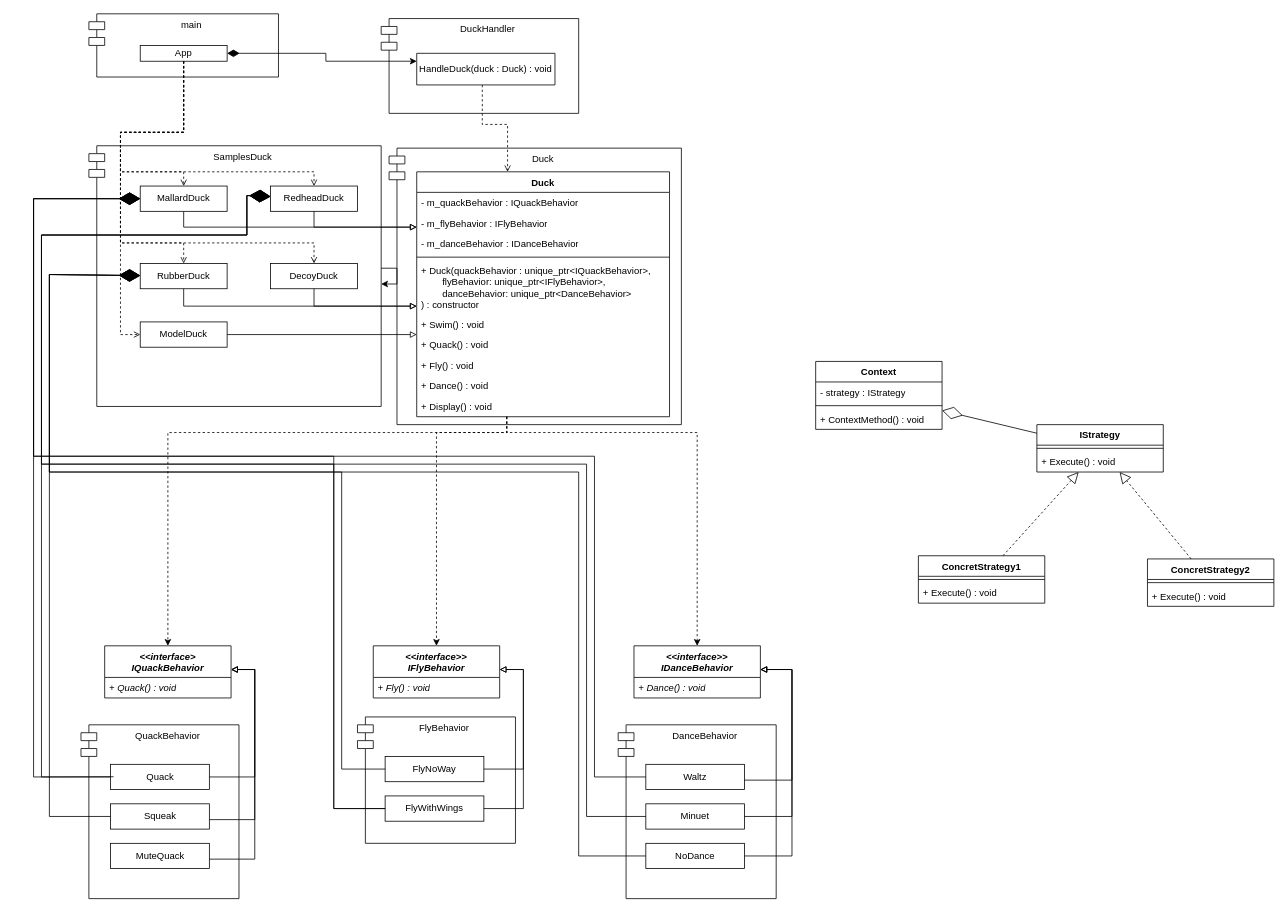
The draw.io diagram lw1/1/Ducks.drawio in ProstP/OOD, before the edit. Source tidied: cells renumbered, new cells numbered last; positions are measured from the earlier drawing's top-left corner, leaving out a move shared by most shapes. Both pictures are drawn from the tidied source at 79%, with x=0, y=0 at pixel (33, 13).
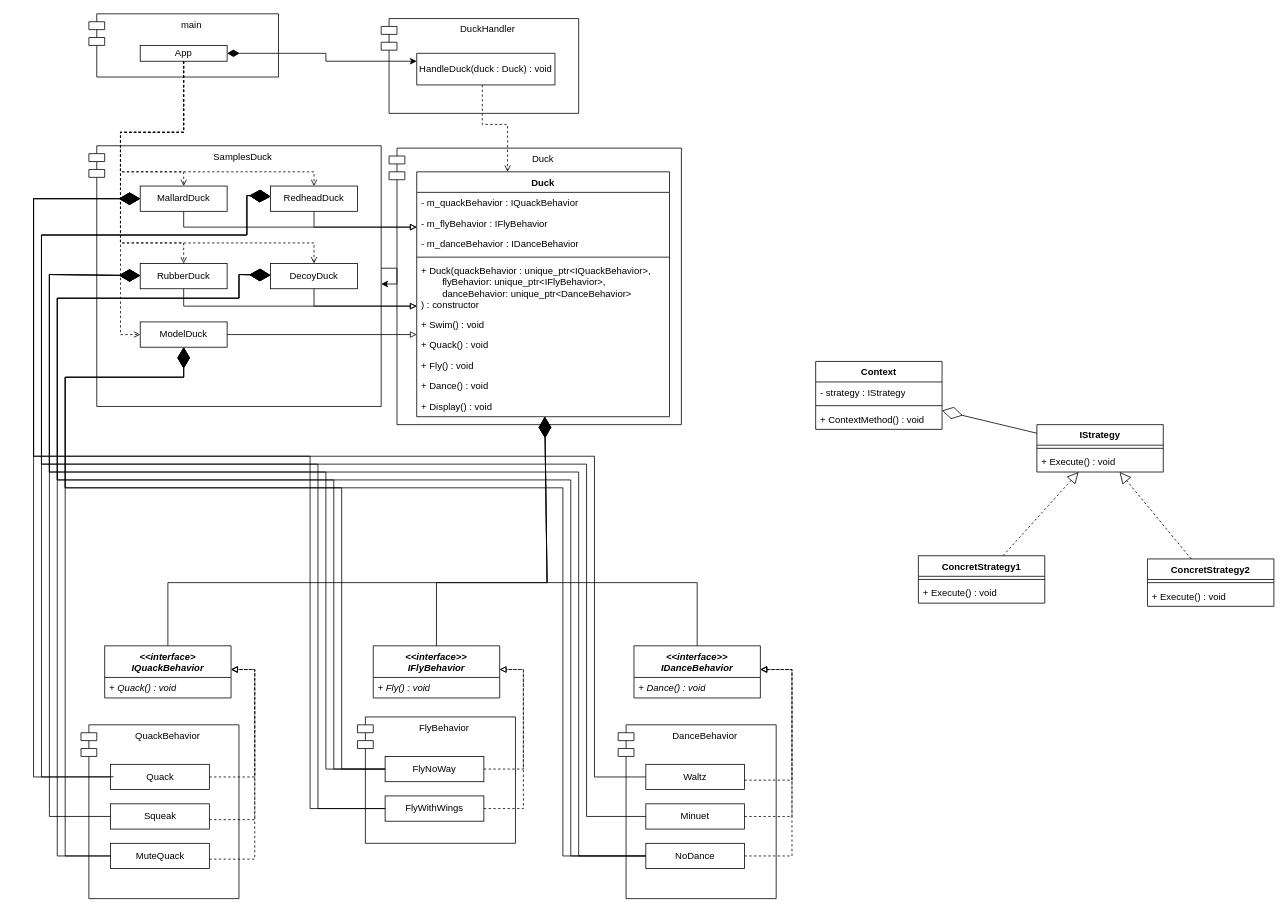
After the change.

Commit message:
Доделал связи вида утка-поведение

The change refers to these unchanged cells:
```xml
<mxCell id="9" value="Duck" style="swimlane;fontStyle=1;align=center;verticalAlign=top;horizontal=1;startSize=26;whiteSpace=wrap;html=1;" parent="1" vertex="1">
  <mxGeometry x="485" y="200" width="320" height="310" as="geometry" />
</mxCell>
<mxCell id="20" value="&lt;div&gt;&lt;i&gt;&amp;lt;&amp;lt;interface&amp;gt;&lt;/i&gt;&lt;/div&gt;&lt;i&gt;IQuackBehavior&lt;/i&gt;" style="swimlane;fontStyle=1;align=center;verticalAlign=top;horizontal=1;startSize=40;whiteSpace=wrap;html=1;" parent="1" vertex="1">
  <mxGeometry x="90" y="800" width="160" height="66" as="geometry" />
</mxCell>
<mxCell id="22" value="&lt;div&gt;&lt;i&gt;&amp;lt;&amp;lt;interface&amp;gt;&amp;gt;&lt;/i&gt;&lt;/div&gt;&lt;i&gt;IFlyBehavior&lt;/i&gt;" style="swimlane;fontStyle=1;align=center;verticalAlign=top;horizontal=1;startSize=40;whiteSpace=wrap;html=1;" parent="1" vertex="1">
  <mxGeometry x="430" y="800" width="160" height="66" as="geometry" />
</mxCell>
<mxCell id="24" value="&lt;div&gt;&lt;i&gt;&amp;lt;&amp;lt;interface&amp;gt;&amp;gt;&lt;/i&gt;&lt;/div&gt;&lt;i&gt;IDance&lt;/i&gt;&lt;i&gt;Behavior&lt;/i&gt;" style="swimlane;fontStyle=1;align=center;verticalAlign=top;horizontal=1;startSize=40;whiteSpace=wrap;html=1;" parent="1" vertex="1">
  <mxGeometry x="760" y="800" width="160" height="66" as="geometry" />
</mxCell>
<mxCell id="31" value="MallardDuck" style="html=1;whiteSpace=wrap;" parent="1" vertex="1">
  <mxGeometry x="135" y="218" width="110" height="32" as="geometry" />
</mxCell>
<mxCell id="32" value="RedheadDuck" style="html=1;whiteSpace=wrap;" parent="1" vertex="1">
  <mxGeometry x="300" y="218" width="110" height="32" as="geometry" />
</mxCell>
<mxCell id="33" value="RubberDuck" style="html=1;whiteSpace=wrap;" parent="1" vertex="1">
  <mxGeometry x="135" y="316" width="110" height="32" as="geometry" />
</mxCell>
<mxCell id="34" value="ModelDuck" style="html=1;whiteSpace=wrap;" parent="1" vertex="1">
  <mxGeometry x="135" y="390" width="110" height="32" as="geometry" />
</mxCell>
<mxCell id="35" value="DecoyDuck" style="html=1;whiteSpace=wrap;" parent="1" vertex="1">
  <mxGeometry x="300" y="316" width="110" height="32" as="geometry" />
</mxCell>
<mxCell id="46" value="Quaсk" style="html=1;whiteSpace=wrap;" parent="1" vertex="1">
  <mxGeometry x="97.5" y="950" width="125" height="32" as="geometry" />
</mxCell>
<mxCell id="47" value="Squeak" style="html=1;whiteSpace=wrap;" parent="1" vertex="1">
  <mxGeometry x="97.5" y="1000" width="125" height="32" as="geometry" />
</mxCell>
<mxCell id="48" value="MuteQuack" style="html=1;whiteSpace=wrap;" parent="1" vertex="1">
  <mxGeometry x="97.5" y="1050" width="125" height="32" as="geometry" />
</mxCell>
<mxCell id="50" value="FlyNoWay" style="html=1;whiteSpace=wrap;" parent="1" vertex="1">
  <mxGeometry x="445" y="940" width="125" height="32" as="geometry" />
</mxCell>
<mxCell id="51" value="FlyWithWings" style="html=1;whiteSpace=wrap;" parent="1" vertex="1">
  <mxGeometry x="445" y="990" width="125" height="32" as="geometry" />
</mxCell>
<mxCell id="53" value="Waltz" style="html=1;whiteSpace=wrap;" parent="1" vertex="1">
  <mxGeometry x="775" y="950" width="125" height="32" as="geometry" />
</mxCell>
<mxCell id="54" value="Minuet" style="html=1;whiteSpace=wrap;" parent="1" vertex="1">
  <mxGeometry x="775" y="1000" width="125" height="32" as="geometry" />
</mxCell>
<mxCell id="55" value="NoDance" style="html=1;whiteSpace=wrap;" parent="1" vertex="1">
  <mxGeometry x="775" y="1050" width="125" height="32" as="geometry" />
</mxCell>
```

Change to the diagram source:
```diff
@@
-    <mxCell id="27" style="edgeStyle=orthogonalEdgeStyle;rounded=0;jettySize=auto;html=1;entryX=0.5;entryY=0;entryDx=0;entryDy=0;dashed=1;" parent="1" edge="1" source="9" target="20">
-      <mxGeometry relative="1" as="geometry">
-        <Array as="points">
-          <mxPoint x="599" y="530" />
-          <mxPoint x="170" y="530" />
-        </Array>
-      </mxGeometry>
-    </mxCell>
-    <mxCell id="28" style="edgeStyle=orthogonalEdgeStyle;rounded=0;jettySize=auto;html=1;entryX=0.5;entryY=0;entryDx=0;entryDy=0;dashed=1;" parent="1" edge="1" source="9" target="24">
-      <mxGeometry relative="1" as="geometry">
-        <Array as="points">
-          <mxPoint x="599" y="530" />
-          <mxPoint x="840" y="530" />
-        </Array>
-      </mxGeometry>
-    </mxCell>
-    <mxCell id="29" style="edgeStyle=orthogonalEdgeStyle;rounded=0;jettySize=auto;html=1;entryX=0.5;entryY=0;entryDx=0;entryDy=0;dashed=1;" parent="1" edge="1" source="9" target="22">
-      <mxGeometry relative="1" as="geometry">
-        <Array as="points">
-          <mxPoint x="599" y="530" />
-          <mxPoint x="510" y="530" />
-        </Array>
-      </mxGeometry>
-    </mxCell>
@@
-    <mxCell id="56" style="edgeStyle=orthogonalEdgeStyle;rounded=0;jettySize=auto;html=1;endArrow=block;endFill=0;" parent="1" edge="1" source="46" target="20">
+    <mxCell id="56" style="edgeStyle=orthogonalEdgeStyle;rounded=0;jettySize=auto;html=1;endArrow=block;endFill=0;dashed=1;" parent="1" edge="1" source="46" target="20">
       <mxGeometry relative="1" as="geometry">
         <Array as="points">
           <mxPoint x="280" y="966" />
           <mxPoint x="280" y="830" />
         </Array>
       </mxGeometry>
     </mxCell>
-    <mxCell id="57" style="edgeStyle=orthogonalEdgeStyle;rounded=0;jettySize=auto;html=1;endArrow=block;endFill=0;" parent="1" edge="1" source="47" target="20">
+    <mxCell id="57" style="edgeStyle=orthogonalEdgeStyle;rounded=0;jettySize=auto;html=1;endArrow=block;endFill=0;dashed=1;" parent="1" edge="1" source="47" target="20">
       <mxGeometry relative="1" as="geometry">
         <Array as="points">
           <mxPoint x="280" y="1020" />
           <mxPoint x="280" y="830" />
         </Array>
       </mxGeometry>
     </mxCell>
-    <mxCell id="58" style="edgeStyle=orthogonalEdgeStyle;rounded=0;jettySize=auto;html=1;endArrow=block;endFill=0;" parent="1" edge="1" source="48" target="20">
+    <mxCell id="58" style="edgeStyle=orthogonalEdgeStyle;rounded=0;jettySize=auto;html=1;endArrow=block;endFill=0;dashed=1;" parent="1" edge="1" source="48" target="20">
       <mxGeometry relative="1" as="geometry">
         <Array as="points">
           <mxPoint x="280" y="1070" />
           <mxPoint x="280" y="830" />
         </Array>
       </mxGeometry>
     </mxCell>
-    <mxCell id="59" style="edgeStyle=orthogonalEdgeStyle;rounded=0;jettySize=auto;html=1;endArrow=block;endFill=0;" parent="1" edge="1" source="50" target="22">
+    <mxCell id="59" style="edgeStyle=orthogonalEdgeStyle;rounded=0;jettySize=auto;html=1;endArrow=block;endFill=0;dashed=1;" parent="1" edge="1" source="50" target="22">
       <mxGeometry relative="1" as="geometry">
         <Array as="points">
           <mxPoint x="620" y="956" />
           <mxPoint x="620" y="830" />
         </Array>
       </mxGeometry>
     </mxCell>
-    <mxCell id="60" style="edgeStyle=orthogonalEdgeStyle;rounded=0;jettySize=auto;html=1;endArrow=block;endFill=0;" parent="1" edge="1" source="51" target="22">
+    <mxCell id="60" style="edgeStyle=orthogonalEdgeStyle;rounded=0;jettySize=auto;html=1;endArrow=block;endFill=0;dashed=1;" parent="1" edge="1" source="51" target="22">
       <mxGeometry relative="1" as="geometry">
         <Array as="points">
           <mxPoint x="620" y="1006" />
           <mxPoint x="620" y="830" />
         </Array>
       </mxGeometry>
     </mxCell>
-    <mxCell id="61" style="edgeStyle=orthogonalEdgeStyle;rounded=0;jettySize=auto;html=1;endArrow=block;endFill=0;" parent="1" edge="1" source="53" target="24">
+    <mxCell id="61" style="edgeStyle=orthogonalEdgeStyle;rounded=0;jettySize=auto;html=1;endArrow=block;endFill=0;dashed=1;" parent="1" edge="1" source="53" target="24">
       <mxGeometry relative="1" as="geometry">
         <Array as="points">
           <mxPoint x="960" y="970" />
           <mxPoint x="960" y="830" />
         </Array>
       </mxGeometry>
     </mxCell>
-    <mxCell id="62" style="edgeStyle=orthogonalEdgeStyle;rounded=0;jettySize=auto;html=1;endArrow=block;endFill=0;" parent="1" edge="1" source="54" target="24">
+    <mxCell id="62" style="edgeStyle=orthogonalEdgeStyle;rounded=0;jettySize=auto;html=1;endArrow=block;endFill=0;dashed=1;" parent="1" edge="1" source="54" target="24">
       <mxGeometry relative="1" as="geometry">
         <Array as="points">
           <mxPoint x="960" y="1016" />
           <mxPoint x="960" y="830" />
         </Array>
       </mxGeometry>
     </mxCell>
-    <mxCell id="63" style="edgeStyle=orthogonalEdgeStyle;rounded=0;jettySize=auto;html=1;endArrow=block;endFill=0;" parent="1" edge="1" source="55" target="24">
+    <mxCell id="63" style="edgeStyle=orthogonalEdgeStyle;rounded=0;jettySize=auto;html=1;endArrow=block;endFill=0;dashed=1;" parent="1" edge="1" source="55" target="24">
       <mxGeometry relative="1" as="geometry">
         <Array as="points">
           <mxPoint x="960" y="1066" />
           <mxPoint x="960" y="830" />
         </Array>
       </mxGeometry>
     </mxCell>
@@
     <mxCell id="82" style="endArrow=diamondThin;endFill=1;endSize=24;html=1;rounded=0;" parent="1" edge="1" source="51" target="31">
       <mxGeometry relative="1" as="geometry">
         <Array as="points">
-          <mxPoint x="380" y="1006" />
-          <mxPoint x="380" y="560" />
+          <mxPoint x="350" y="1006" />
+          <mxPoint x="350" y="560" />
           <mxPoint y="560" />
           <mxPoint y="234" />
         </Array>
       </mxGeometry>
     </mxCell>
@@
     <mxCell id="85" style="endArrow=diamondThin;endFill=1;endSize=24;html=1;rounded=0;" parent="1" edge="1" source="51" target="32">
       <mxGeometry relative="1" as="geometry">
         <Array as="points">
-          <mxPoint x="380" y="1006" />
-          <mxPoint x="380" y="570" />
+          <mxPoint x="360" y="1006" />
+          <mxPoint x="360" y="570" />
           <mxPoint x="10" y="570" />
           <mxPoint x="10" y="280" />
           <mxPoint x="270" y="280" />
           <mxPoint x="270" y="230" />
         </Array>
       </mxGeometry>
     </mxCell>
@@
     <mxCell id="89" style="endArrow=diamondThin;endFill=1;endSize=24;html=1;rounded=0;" parent="1" edge="1" source="50" target="33">
       <mxGeometry relative="1" as="geometry">
         <Array as="points">
-          <mxPoint x="390" y="956" />
-          <mxPoint x="390" y="580" />
+          <mxPoint x="370" y="956" />
+          <mxPoint x="370" y="580" />
           <mxPoint x="20" y="580" />
           <mxPoint x="20" y="330" />
         </Array>
       </mxGeometry>
     </mxCell>
+    <mxCell id="90" style="endArrow=diamondThin;endFill=1;endSize=24;html=1;rounded=0;" parent="1" edge="1" source="20" target="9">
+      <mxGeometry relative="1" as="geometry">
+        <Array as="points">
+          <mxPoint x="170" y="720" />
+          <mxPoint x="650" y="720" />
+        </Array>
+      </mxGeometry>
+    </mxCell>
+    <mxCell id="91" style="endArrow=diamondThin;endFill=1;endSize=24;html=1;rounded=0;" parent="1" edge="1" source="22" target="9">
+      <mxGeometry relative="1" as="geometry">
+        <Array as="points">
+          <mxPoint x="510" y="720" />
+          <mxPoint x="650" y="720" />
+        </Array>
+      </mxGeometry>
+    </mxCell>
+    <mxCell id="92" style="endArrow=diamondThin;endFill=1;endSize=24;html=1;rounded=0;" parent="1" edge="1" source="24" target="9">
+      <mxGeometry relative="1" as="geometry">
+        <Array as="points">
+          <mxPoint x="840" y="720" />
+          <mxPoint x="650" y="720" />
+        </Array>
+      </mxGeometry>
+    </mxCell>
+    <mxCell id="93" style="endArrow=diamondThin;endFill=1;endSize=24;html=1;rounded=0;exitX=0;exitY=0.5;exitDx=0;exitDy=0;" parent="1" edge="1" source="48" target="35">
+      <mxGeometry relative="1" as="geometry">
+        <Array as="points">
+          <mxPoint x="30" y="1066" />
+          <mxPoint x="30" y="360" />
+          <mxPoint x="260" y="360" />
+          <mxPoint x="260" y="330" />
+        </Array>
+      </mxGeometry>
+    </mxCell>
+    <mxCell id="94" style="endArrow=diamondThin;endFill=1;endSize=24;html=1;rounded=0;" parent="1" edge="1" source="50" target="35">
+      <mxGeometry relative="1" as="geometry">
+        <Array as="points">
+          <mxPoint x="380" y="956" />
+          <mxPoint x="380" y="590" />
+          <mxPoint x="30" y="590" />
+          <mxPoint x="30" y="360" />
+          <mxPoint x="260" y="360" />
+          <mxPoint x="260" y="330" />
+        </Array>
+      </mxGeometry>
+    </mxCell>
+    <mxCell id="95" style="endArrow=diamondThin;endFill=1;endSize=24;html=1;rounded=0;" parent="1" edge="1" source="55" target="35">
+      <mxGeometry relative="1" as="geometry">
+        <Array as="points">
+          <mxPoint x="680" y="1066" />
+          <mxPoint x="680" y="590" />
+          <mxPoint x="30" y="590" />
+          <mxPoint x="30" y="360" />
+          <mxPoint x="260" y="360" />
+          <mxPoint x="260" y="330" />
+        </Array>
+      </mxGeometry>
+    </mxCell>
+    <mxCell id="96" style="endArrow=diamondThin;endFill=1;endSize=24;html=1;rounded=0;" parent="1" edge="1" source="48" target="34">
+      <mxGeometry relative="1" as="geometry">
+        <Array as="points">
+          <mxPoint x="40" y="1066" />
+          <mxPoint x="40" y="460" />
+          <mxPoint x="190" y="460" />
+        </Array>
+      </mxGeometry>
+    </mxCell>
+    <mxCell id="97" style="endArrow=diamondThin;endFill=1;endSize=24;html=1;rounded=0;" parent="1" edge="1" source="50" target="34">
+      <mxGeometry relative="1" as="geometry">
+        <Array as="points">
+          <mxPoint x="390" y="956" />
+          <mxPoint x="390" y="600" />
+          <mxPoint x="40" y="600" />
+          <mxPoint x="40" y="460" />
+          <mxPoint x="190" y="460" />
+        </Array>
+      </mxGeometry>
+    </mxCell>
+    <mxCell id="98" style="endArrow=diamondThin;endFill=1;endSize=24;html=1;rounded=0;" parent="1" edge="1" source="55" target="34">
+      <mxGeometry relative="1" as="geometry">
+        <Array as="points">
+          <mxPoint x="670" y="1066" />
+          <mxPoint x="670" y="600" />
+          <mxPoint x="40" y="600" />
+          <mxPoint x="40" y="460" />
+          <mxPoint x="190" y="460" />
+        </Array>
+      </mxGeometry>
+    </mxCell>
```
